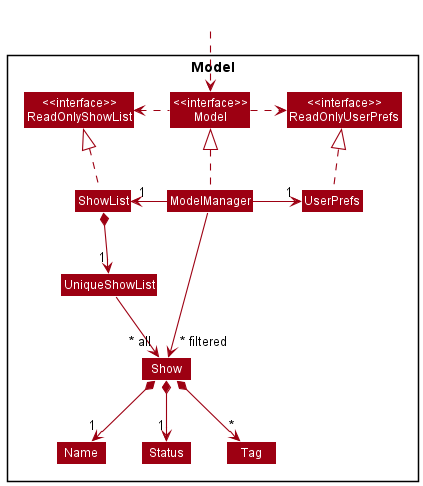
Earlier version of the PlantUML export docs/images/ModelClassDiagram.png (nus-cs2103-AY2122S2/tp). The source it was exported from:
```plantuml
@startuml
!include style.puml
skinparam arrowThickness 1.1
skinparam arrowColor MODEL_COLOR
skinparam classBackgroundColor MODEL_COLOR

Package Model <<Rectangle>>{
Class "<<interface>>\nReadOnlyShowList" as ReadOnlyShowList
Class "<<interface>>\nReadOnlyUserPrefs" as ReadOnlyUserPrefs
Class "<<interface>>\nModel" as Model
Class ShowList
Class ModelManager
Class UserPrefs

Class UniqueShowList
Class Show
Class Status
Class Name
Class Tag

}

Class HiddenOutside #FFFFFF
HiddenOutside ..> Model

ShowList .up.|> ReadOnlyShowList

ModelManager .up.|> Model
Model .right.> ReadOnlyUserPrefs
Model .left.> ReadOnlyShowList
ModelManager -left-> "1" ShowList
ModelManager -right-> "1" UserPrefs
UserPrefs .up.|> ReadOnlyUserPrefs

ShowList *--> "1" UniqueShowList
UniqueShowList --> "~* all" Show
Show *--> "1" Name
Show *--> "1" Status
Show *--> "*" Tag

Name -[hidden]right-> Status
Status -[hidden]right->  Tag

ModelManager -->"~* filtered" Show
@enduml
```
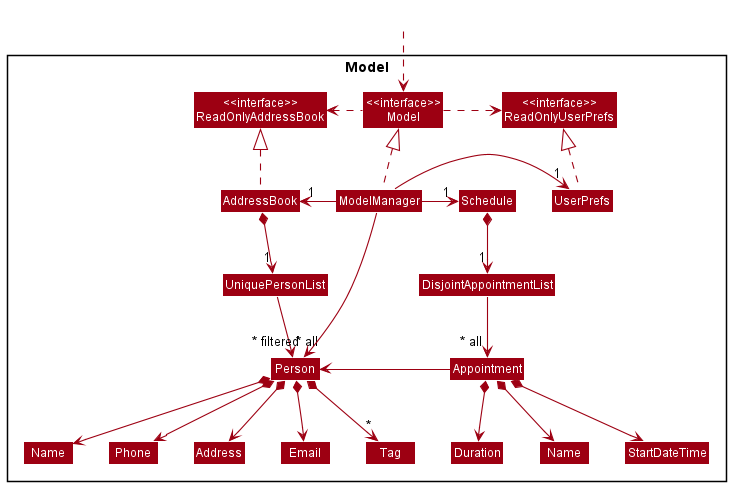
After the commit.

Commit message:
Update developer guide for appointment subsystem

Change to the diagram source:
```diff
@@ -5,41 +5,60 @@
 skinparam classBackgroundColor MODEL_COLOR
 
 Package Model <<Rectangle>>{
-Class "<<interface>>\nReadOnlyShowList" as ReadOnlyShowList
+Class "<<interface>>\nReadOnlyAddressBook" as ReadOnlyAddressBook
 Class "<<interface>>\nReadOnlyUserPrefs" as ReadOnlyUserPrefs
 Class "<<interface>>\nModel" as Model
-Class ShowList
+Class AddressBook
+Class Schedule
 Class ModelManager
 Class UserPrefs
 
-Class UniqueShowList
-Class Show
-Class Status
+Class UniquePersonList
+Class Person
+Class Address
+Class Email
 Class Name
+Class Phone
 Class Tag
 
+Class DisjointAppointmentList
+Class Appointment
+Class " Name "
+Class StartDateTime
+Class Duration
 }
 
 Class HiddenOutside #FFFFFF
 HiddenOutside ..> Model
 
-ShowList .up.|> ReadOnlyShowList
+AddressBook .up.|> ReadOnlyAddressBook
 
 ModelManager .up.|> Model
 Model .right.> ReadOnlyUserPrefs
-Model .left.> ReadOnlyShowList
-ModelManager -left-> "1" ShowList
+Model .left.> ReadOnlyAddressBook
+ModelManager -left-> "1" AddressBook
 ModelManager -right-> "1" UserPrefs
+ModelManager -right-> "1" Schedule
 UserPrefs .up.|> ReadOnlyUserPrefs
 
-ShowList *--> "1" UniqueShowList
-UniqueShowList --> "~* all" Show
-Show *--> "1" Name
-Show *--> "1" Status
-Show *--> "*" Tag
+AddressBook *--> "1" UniquePersonList
+UniquePersonList --> "~* all" Person
+Person *--> Name
+Person *--> Phone
+Person *--> Email
+Person *--> Address
+Person *--> "*" Tag
 
-Name -[hidden]right-> Status
-Status -[hidden]right->  Tag
+Schedule *--> "1" DisjointAppointmentList
+DisjointAppointmentList --> "~* all" Appointment
+Appointment *--> " Name "
+Appointment *--> StartDateTime
+Appointment *--> Duration
+Appointment -left-> Person
 
-ModelManager -->"~* filtered" Show
+Name -[hidden]right-> Phone
+Phone -[hidden]right-> Address
+Address -[hidden]right-> Email
+
+ModelManager -->"~* filtered" Person
 @enduml
```
